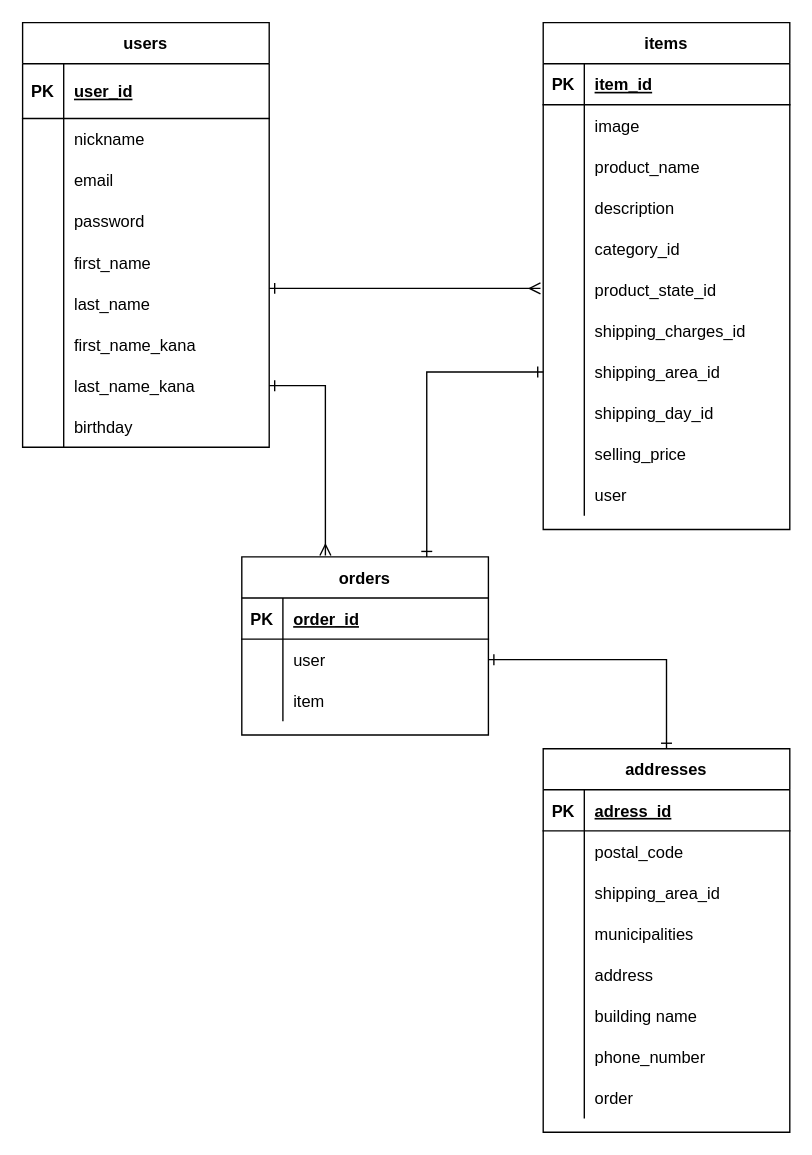
This is page "ページ1" (1 of 2) of public/furima.dio from toshi-1009/furima-35041, a draw.io file, before an edit. Source tidied: cells renumbered, new cells numbered last; positions are measured from the earlier drawing's top-left corner, leaving out a move shared by most shapes. Both pictures are drawn from the tidied source at 137%, with x=0, y=0 at pixel (22, 22).
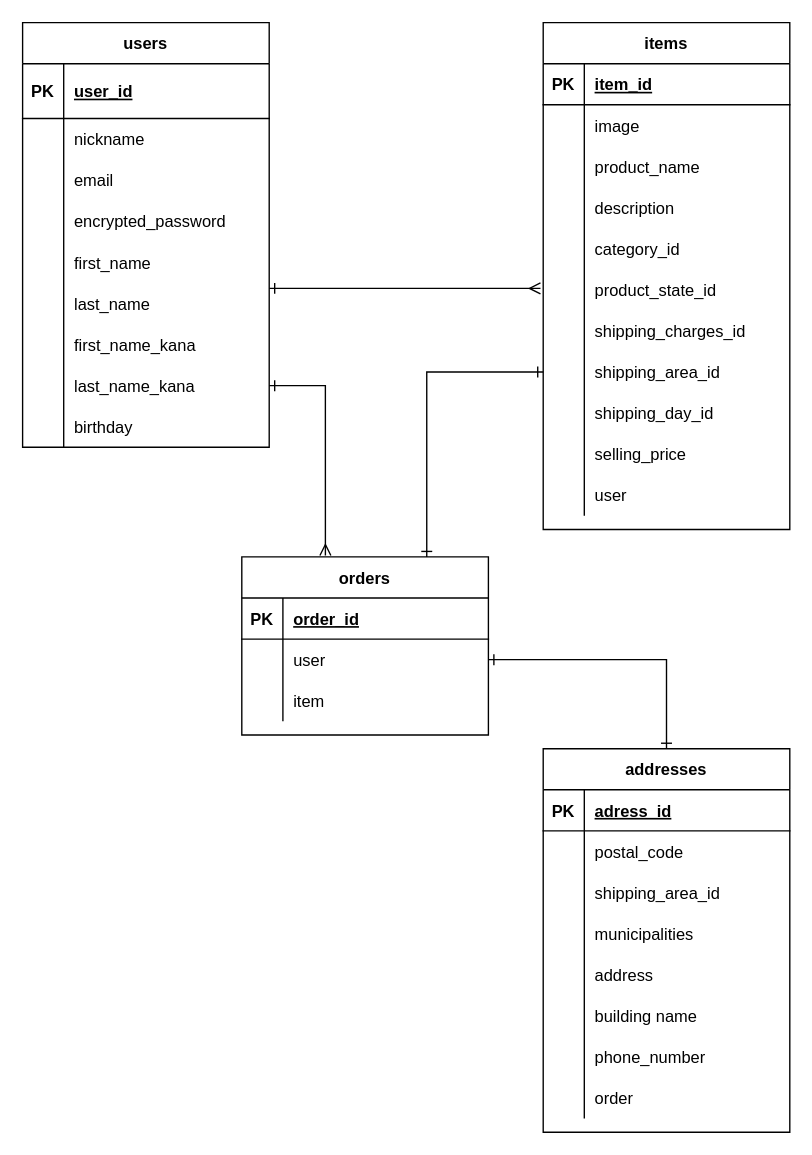
After the change.

The change refers to these unchanged cells:
```xml
<mxCell id="13" style="shape=partialRectangle;fillColor=none;top=0;left=0;bottom=0;right=0;" parent="3" vertex="1">
  <mxGeometry y="130" width="180" height="30" as="geometry" />
</mxCell>
```

Diff of the diagram source:
```diff
@@
-    <mxCell id="15" value="password" style="shape=partialRectangle;fillColor=none;top=0;left=0;bottom=0;right=0;align=left;spacingLeft=6;overflow=hidden;" parent="13" vertex="1">
+    <mxCell id="15" value="encrypted_password" style="shape=partialRectangle;fillColor=none;top=0;left=0;bottom=0;right=0;align=left;spacingLeft=6;overflow=hidden;" parent="13" vertex="1">
       <mxGeometry x="30" width="150" height="30" as="geometry" />
     </mxCell>
```
